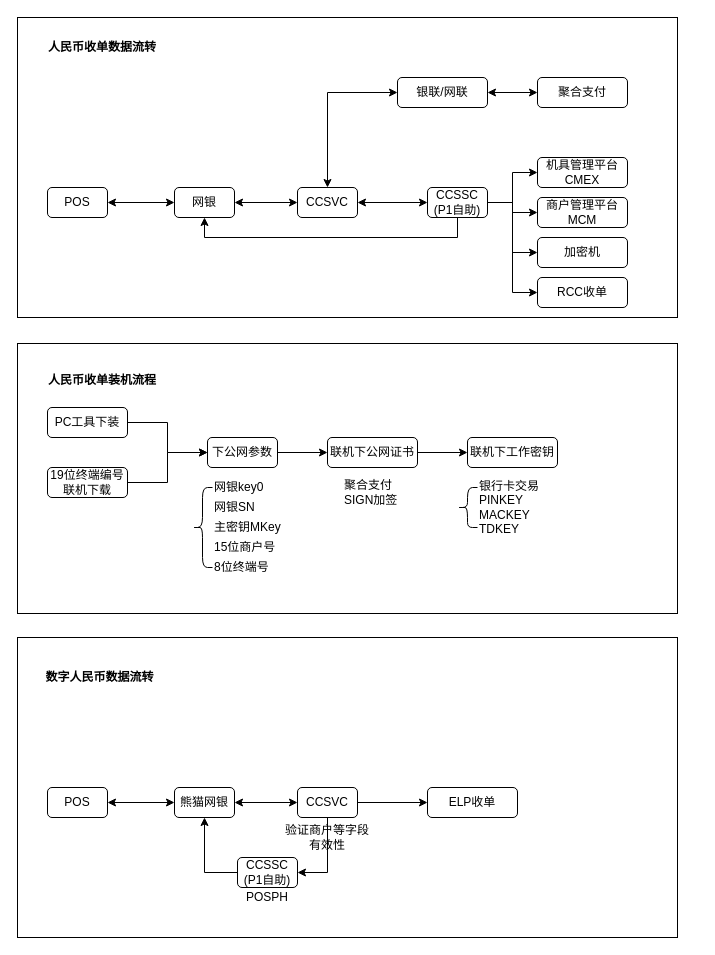
The draw.io diagram KeyStruct-FT.drawio in xin78693304/mycharts, before the edit. Source tidied: cells renumbered, new cells numbered last; positions are measured from the earlier drawing's top-left corner, leaving out a move shared by most shapes. Both pictures are drawn from the tidied source at 100%, with x=0, y=0 at pixel (17, 17).
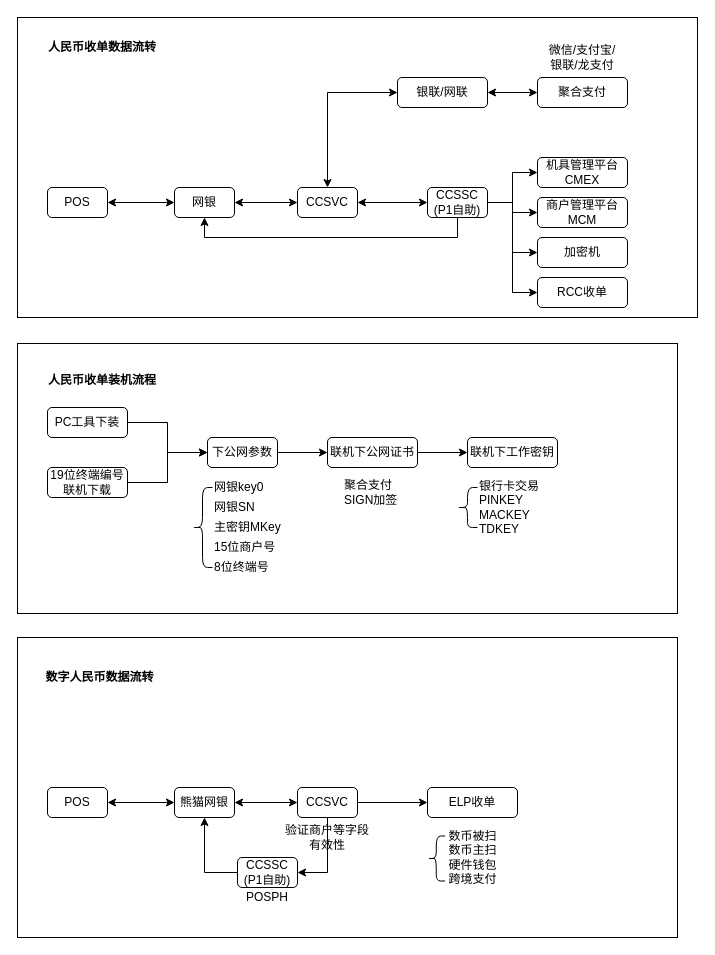
After the change.

Diff of the diagram source:
```diff
@@
     <mxCell id="4" style="rounded=0;whiteSpace=wrap;html=1;align=left;" parent="1" vertex="1">
-      <mxGeometry width="660" height="300" as="geometry" />
+      <mxGeometry width="680" height="300" as="geometry" />
     </mxCell>
@@
+    <mxCell id="58" value="微信/支付宝/&lt;br&gt;银联/龙支付" style="text;html=1;strokeColor=none;fillColor=none;align=center;verticalAlign=middle;whiteSpace=wrap;rounded=0;" parent="1" vertex="1">
+      <mxGeometry x="510" y="30" width="110" height="20" as="geometry" />
+    </mxCell>
+    <mxCell id="59" value="数币被扫&lt;br&gt;数币主扫&lt;br&gt;硬件钱包&lt;br&gt;跨境支付" style="text;html=1;strokeColor=none;fillColor=none;align=center;verticalAlign=middle;whiteSpace=wrap;rounded=0;" parent="1" vertex="1">
+      <mxGeometry x="422.5" y="810" width="65" height="60" as="geometry" />
+    </mxCell>
+    <mxCell id="60" style="shape=curlyBracket;whiteSpace=wrap;html=1;rounded=1;align=left;" parent="1" vertex="1">
+      <mxGeometry x="410" y="818.5" width="17.5" height="45" as="geometry" />
+    </mxCell>
```
